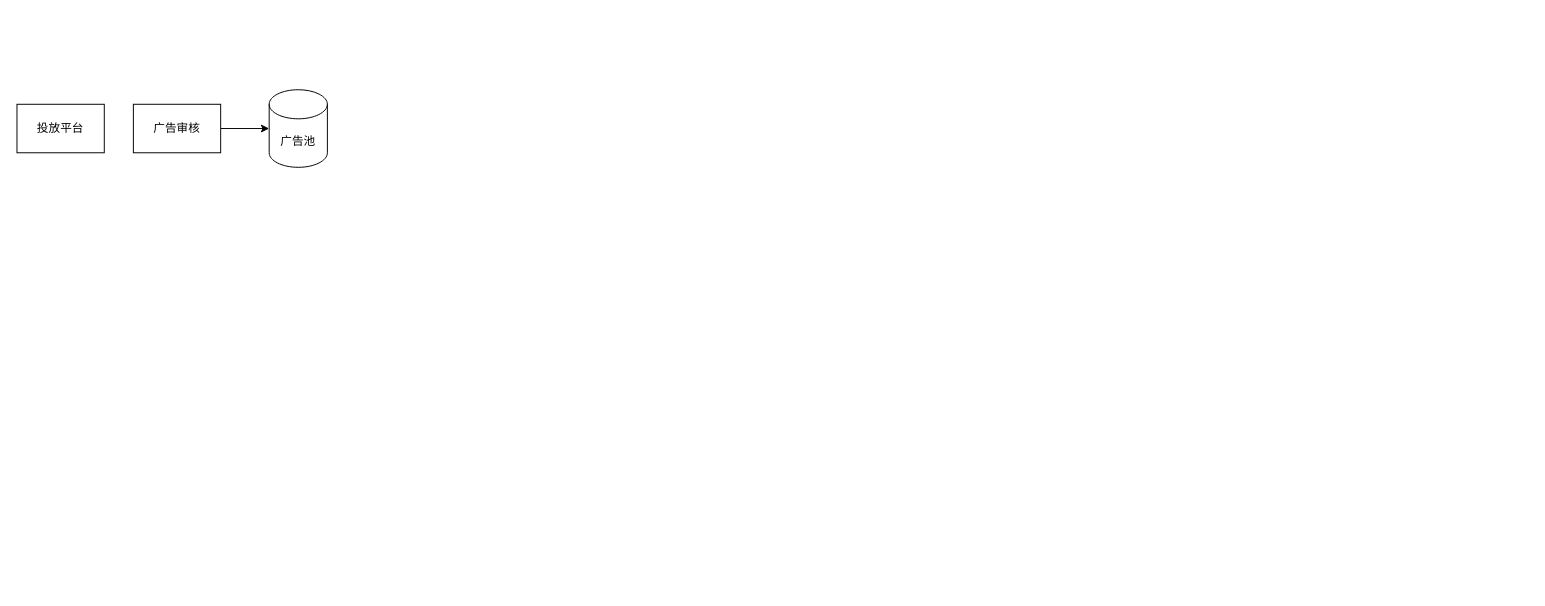
This is source/diagrams/ads.drawio from wxquare/wxquare.github.io, a draw.io file, before an edit. Source tidied: cells renumbered, new cells numbered last; positions are measured from the earlier drawing's top-left corner, leaving out a move shared by most shapes. Both pictures are drawn from the tidied source at 97%, with x=0, y=0 at pixel (16, 89).
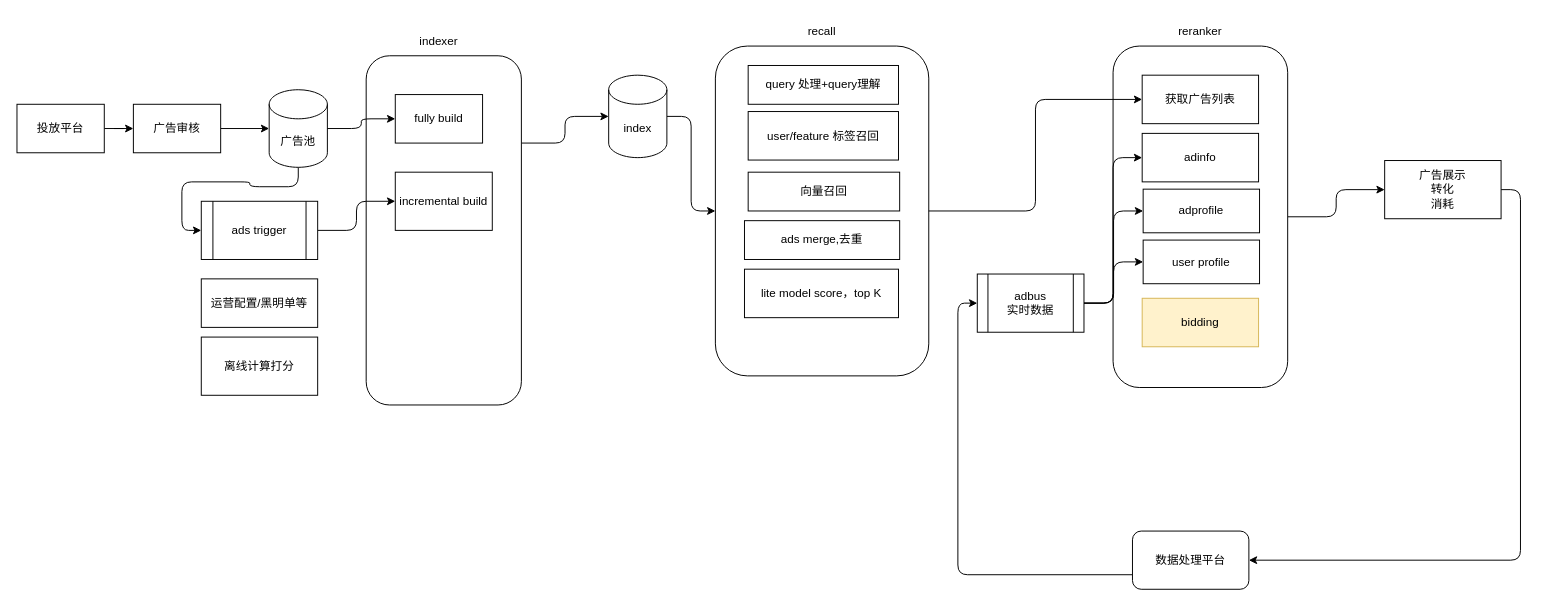
After the change.

Unchanged cells that the change refers to:
```xml
<mxCell id="2" value="广告池" style="shape=cylinder3;whiteSpace=wrap;html=1;boundedLbl=1;backgroundOutline=1;size=15;" parent="1" vertex="1">
  <mxGeometry x="260" width="60" height="80" as="geometry" />
</mxCell>
<mxCell id="3" value="投放平台" style="rounded=0;whiteSpace=wrap;html=1;" parent="1" vertex="1">
  <mxGeometry y="15" width="90" height="50" as="geometry" />
</mxCell>
<mxCell id="5" value="广告审核" style="rounded=0;whiteSpace=wrap;html=1;" parent="1" vertex="1">
  <mxGeometry x="120" y="15" width="90" height="50" as="geometry" />
</mxCell>
```

The edit, as a diff of the source:
```diff
@@
+    <mxCell id="6" style="edgeStyle=orthogonalEdgeStyle;rounded=1;jettySize=auto;html=1;exitX=0.5;exitY=1;exitDx=0;exitDy=0;exitPerimeter=0;entryX=0;entryY=0.5;entryDx=0;entryDy=0;" parent="1" edge="1" source="2" target="15">
+      <mxGeometry relative="1" as="geometry" />
+    </mxCell>
@@
+    <mxCell id="7" style="edgeStyle=orthogonalEdgeStyle;rounded=0;jettySize=auto;html=1;exitX=1;exitY=0.5;exitDx=0;exitDy=0;" parent="1" edge="1" source="3" target="5">
+      <mxGeometry relative="1" as="geometry" />
+    </mxCell>
@@
+    <mxCell id="8" style="edgeStyle=orthogonalEdgeStyle;rounded=1;jettySize=auto;html=1;exitX=1;exitY=0.25;exitDx=0;exitDy=0;entryX=0;entryY=0.5;entryDx=0;entryDy=0;entryPerimeter=0;" parent="1" edge="1" source="9" target="11">
+      <mxGeometry relative="1" as="geometry" />
+    </mxCell>
+    <mxCell id="9" style="rounded=1;whiteSpace=wrap;html=1;" parent="1" vertex="1">
+      <mxGeometry x="360" y="-35" width="160" height="360" as="geometry" />
+    </mxCell>
+    <mxCell id="10" style="edgeStyle=orthogonalEdgeStyle;rounded=1;jettySize=auto;html=1;exitX=1;exitY=0.5;exitDx=0;exitDy=0;exitPerimeter=0;" parent="1" edge="1" source="11" target="20">
+      <mxGeometry relative="1" as="geometry" />
+    </mxCell>
+    <mxCell id="11" value="index" style="shape=cylinder3;whiteSpace=wrap;html=1;boundedLbl=1;backgroundOutline=1;size=15;" parent="1" vertex="1">
+      <mxGeometry x="610" y="-15" width="60" height="85" as="geometry" />
+    </mxCell>
+    <mxCell id="12" value="fully build" style="rounded=0;whiteSpace=wrap;html=1;" parent="1" vertex="1">
+      <mxGeometry x="390" y="5" width="90" height="50" as="geometry" />
+    </mxCell>
+    <mxCell id="13" value="incremental build" style="rounded=0;whiteSpace=wrap;html=1;" parent="1" vertex="1">
+      <mxGeometry x="390" y="85" width="100" height="60" as="geometry" />
+    </mxCell>
+    <mxCell id="14" style="edgeStyle=orthogonalEdgeStyle;rounded=1;jettySize=auto;html=1;exitX=1;exitY=0.5;exitDx=0;exitDy=0;entryX=0;entryY=0.5;entryDx=0;entryDy=0;" parent="1" edge="1" source="15" target="13">
+      <mxGeometry relative="1" as="geometry" />
+    </mxCell>
+    <mxCell id="15" value="ads trigger" style="shape=process;whiteSpace=wrap;html=1;backgroundOutline=1;" parent="1" vertex="1">
+      <mxGeometry x="190" y="115" width="120" height="60" as="geometry" />
+    </mxCell>
+    <mxCell id="16" style="edgeStyle=orthogonalEdgeStyle;rounded=1;jettySize=auto;html=1;exitX=1;exitY=0.5;exitDx=0;exitDy=0;exitPerimeter=0;entryX=0;entryY=0.5;entryDx=0;entryDy=0;" parent="1" edge="1" source="2" target="12">
+      <mxGeometry relative="1" as="geometry" />
+    </mxCell>
+    <mxCell id="17" value="运营配置/黑明单等" style="rounded=0;whiteSpace=wrap;html=1;" parent="1" vertex="1">
+      <mxGeometry x="190" y="195" width="120" height="50" as="geometry" />
+    </mxCell>
+    <mxCell id="18" value="离线计算打分" style="rounded=0;whiteSpace=wrap;html=1;" parent="1" vertex="1">
+      <mxGeometry x="190" y="255" width="120" height="60" as="geometry" />
+    </mxCell>
+    <mxCell id="19" value="indexer" style="text;html=1;strokeColor=none;fillColor=none;align=center;verticalAlign=middle;whiteSpace=wrap;rounded=0;" parent="1" vertex="1">
+      <mxGeometry x="385" y="-65" width="100" height="30" as="geometry" />
+    </mxCell>
+    <mxCell id="20" style="rounded=1;whiteSpace=wrap;html=1;" parent="1" vertex="1">
+      <mxGeometry x="720" y="-45" width="220" height="340" as="geometry" />
+    </mxCell>
+    <mxCell id="21" value="recall" style="text;html=1;strokeColor=none;fillColor=none;align=center;verticalAlign=middle;whiteSpace=wrap;rounded=0;" parent="1" vertex="1">
+      <mxGeometry x="780" y="-75" width="100" height="30" as="geometry" />
+    </mxCell>
+    <mxCell id="22" value="query 处理+query理解" style="rounded=0;whiteSpace=wrap;html=1;" parent="1" vertex="1">
+      <mxGeometry x="753.8" y="-25" width="155" height="40" as="geometry" />
+    </mxCell>
+    <mxCell id="23" value="user/feature 标签召回" style="rounded=0;whiteSpace=wrap;html=1;" parent="1" vertex="1">
+      <mxGeometry x="753.8" y="22.5" width="155" height="50" as="geometry" />
+    </mxCell>
+    <mxCell id="24" value="向量召回" style="rounded=0;whiteSpace=wrap;html=1;" parent="1" vertex="1">
+      <mxGeometry x="753.8" y="85" width="156.2" height="40" as="geometry" />
+    </mxCell>
+    <mxCell id="25" value="ads merge,去重" style="rounded=0;whiteSpace=wrap;html=1;" parent="1" vertex="1">
+      <mxGeometry x="750" y="135" width="160" height="40" as="geometry" />
+    </mxCell>
+    <mxCell id="26" value="lite model score，top K" style="rounded=0;whiteSpace=wrap;html=1;" parent="1" vertex="1">
+      <mxGeometry x="750" y="185" width="158.8" height="50" as="geometry" />
+    </mxCell>
+    <mxCell id="27" style="edgeStyle=orthogonalEdgeStyle;rounded=1;jettySize=auto;html=1;exitX=1;exitY=0.5;exitDx=0;exitDy=0;" parent="1" edge="1" source="28" target="41">
+      <mxGeometry relative="1" as="geometry" />
+    </mxCell>
+    <mxCell id="28" style="rounded=1;whiteSpace=wrap;html=1;" parent="1" vertex="1">
+      <mxGeometry x="1130" y="-45" width="180" height="352" as="geometry" />
+    </mxCell>
+    <mxCell id="29" value="reranker" style="text;html=1;strokeColor=none;fillColor=none;align=center;verticalAlign=middle;whiteSpace=wrap;rounded=0;" parent="1" vertex="1">
+      <mxGeometry x="1190" y="-75" width="60" height="30" as="geometry" />
+    </mxCell>
+    <mxCell id="30" value="获取广告列表" style="rounded=0;whiteSpace=wrap;html=1;" parent="1" vertex="1">
+      <mxGeometry x="1160" y="-15" width="120" height="50" as="geometry" />
+    </mxCell>
+    <mxCell id="31" style="edgeStyle=orthogonalEdgeStyle;rounded=1;jettySize=auto;html=1;exitX=1;exitY=0.5;exitDx=0;exitDy=0;entryX=0;entryY=0.5;entryDx=0;entryDy=0;" parent="1" edge="1" source="20" target="30">
+      <mxGeometry relative="1" as="geometry" />
+    </mxCell>
+    <mxCell id="32" value="adinfo" style="rounded=0;whiteSpace=wrap;html=1;" parent="1" vertex="1">
+      <mxGeometry x="1160" y="45" width="120" height="50" as="geometry" />
+    </mxCell>
+    <mxCell id="33" value="adprofile" style="rounded=0;whiteSpace=wrap;html=1;" parent="1" vertex="1">
+      <mxGeometry x="1161" y="102.5" width="120" height="45" as="geometry" />
+    </mxCell>
+    <mxCell id="34" value="user profile" style="rounded=0;whiteSpace=wrap;html=1;" parent="1" vertex="1">
+      <mxGeometry x="1161" y="155" width="120" height="45" as="geometry" />
+    </mxCell>
+    <mxCell id="35" value="bidding" style="rounded=0;whiteSpace=wrap;html=1;fillColor=#fff2cc;strokeColor=#d6b656;" parent="1" vertex="1">
+      <mxGeometry x="1160" y="215" width="120" height="50" as="geometry" />
+    </mxCell>
+    <mxCell id="36" style="edgeStyle=orthogonalEdgeStyle;rounded=1;jettySize=auto;html=1;exitX=1;exitY=0.5;exitDx=0;exitDy=0;entryX=0;entryY=0.5;entryDx=0;entryDy=0;" parent="1" edge="1" source="39" target="32">
+      <mxGeometry relative="1" as="geometry" />
+    </mxCell>
+    <mxCell id="37" style="edgeStyle=orthogonalEdgeStyle;rounded=1;jettySize=auto;html=1;exitX=1;exitY=0.5;exitDx=0;exitDy=0;entryX=0;entryY=0.5;entryDx=0;entryDy=0;" parent="1" edge="1" source="39" target="33">
+      <mxGeometry relative="1" as="geometry" />
+    </mxCell>
+    <mxCell id="38" style="edgeStyle=orthogonalEdgeStyle;rounded=1;jettySize=auto;html=1;exitX=1;exitY=0.5;exitDx=0;exitDy=0;entryX=0;entryY=0.5;entryDx=0;entryDy=0;" parent="1" edge="1" source="39" target="34">
+      <mxGeometry relative="1" as="geometry" />
+    </mxCell>
+    <mxCell id="39" value="adbus&lt;br&gt;实时数据" style="shape=process;whiteSpace=wrap;html=1;backgroundOutline=1;" parent="1" vertex="1">
+      <mxGeometry x="990" y="190" width="110" height="60" as="geometry" />
+    </mxCell>
+    <mxCell id="40" style="edgeStyle=orthogonalEdgeStyle;rounded=1;jettySize=auto;html=1;exitX=1;exitY=0.5;exitDx=0;exitDy=0;entryX=1;entryY=0.5;entryDx=0;entryDy=0;" parent="1" edge="1" source="41" target="43">
+      <mxGeometry relative="1" as="geometry" />
+    </mxCell>
+    <mxCell id="41" value="广告展示&lt;br&gt;转化&lt;br&gt;消耗" style="rounded=0;whiteSpace=wrap;html=1;" parent="1" vertex="1">
+      <mxGeometry x="1410" y="73" width="120" height="60" as="geometry" />
+    </mxCell>
+    <mxCell id="42" style="edgeStyle=orthogonalEdgeStyle;rounded=1;jettySize=auto;html=1;exitX=0;exitY=0.75;exitDx=0;exitDy=0;entryX=0;entryY=0.5;entryDx=0;entryDy=0;" parent="1" edge="1" source="43" target="39">
+      <mxGeometry relative="1" as="geometry" />
+    </mxCell>
+    <mxCell id="43" value="数据处理平台" style="rounded=1;whiteSpace=wrap;html=1;" parent="1" vertex="1">
+      <mxGeometry x="1150" y="455" width="120" height="60" as="geometry" />
+    </mxCell>
```
